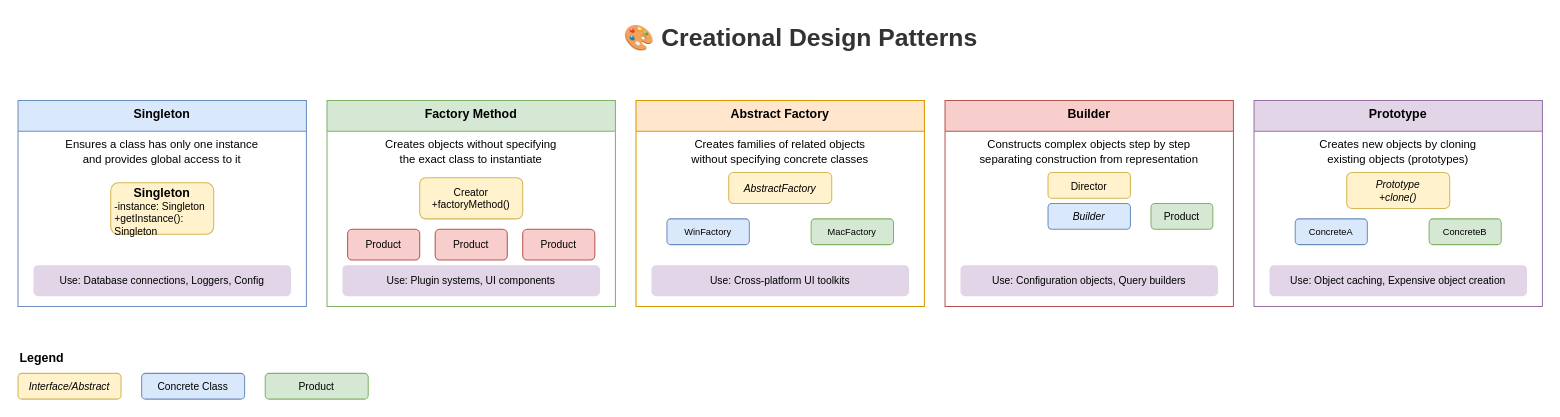
Before: lesson-01-software-design-architecture/diagrams/1.1-creational-patterns-overview.drawio in MrParkerZ7/document-lesson-software-architect-x-claude, a draw.io diagram. Source tidied: cells renumbered, new cells numbered last; positions are measured from the earlier drawing's top-left corner, leaving out a move shared by most shapes. Both pictures are drawn from the tidied source at 103%, with x=0, y=0 at pixel (18, 18).
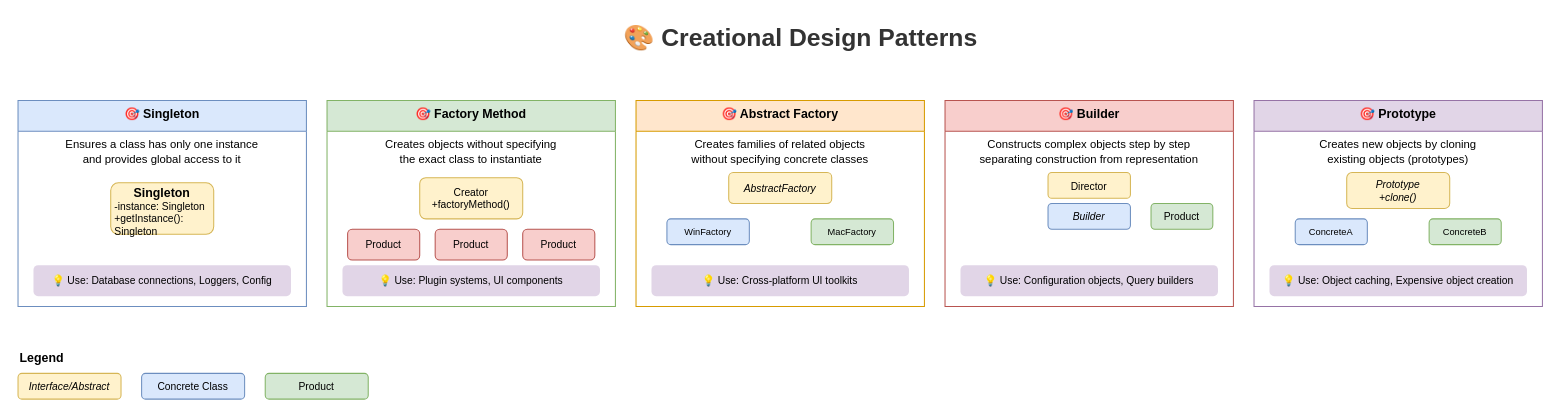
After the change.

Diff of the diagram source:
```diff
@@
-    <mxCell id="3" value="Singleton" style="swimlane;fontStyle=1;align=center;verticalAlign=top;horizontal=1;startSize=30;fillColor=#dae8fc;strokeColor=#6c8ebf;" parent="1" vertex="1">
+    <mxCell id="3" value="🎯 Singleton" style="swimlane;fontStyle=1;align=center;verticalAlign=top;horizontal=1;startSize=30;fillColor=#dae8fc;strokeColor=#6c8ebf;" parent="1" vertex="1">
       <mxGeometry y="80" width="280" height="200" as="geometry" />
     </mxCell>
@@
-    <mxCell id="8" value="Use: Database connections, Loggers, Config" style="text;html=1;strokeColor=none;fillColor=#e1d5e7;align=center;verticalAlign=middle;whiteSpace=wrap;rounded=1;fontSize=10;strokeWidth=1;" parent="3" vertex="1">
+    <mxCell id="8" value="💡 Use: Database connections, Loggers, Config" style="text;html=1;strokeColor=none;fillColor=#e1d5e7;align=center;verticalAlign=middle;whiteSpace=wrap;rounded=1;fontSize=10;strokeWidth=1;" parent="3" vertex="1">
       <mxGeometry x="15" y="160" width="250" height="30" as="geometry" />
     </mxCell>
-    <mxCell id="9" value="Factory Method" style="swimlane;fontStyle=1;align=center;verticalAlign=top;horizontal=1;startSize=30;fillColor=#d5e8d4;strokeColor=#82b366;" parent="1" vertex="1">
+    <mxCell id="9" value="🎯 Factory Method" style="swimlane;fontStyle=1;align=center;verticalAlign=top;horizontal=1;startSize=30;fillColor=#d5e8d4;strokeColor=#82b366;" parent="1" vertex="1">
       <mxGeometry x="300" y="80" width="280" height="200" as="geometry" />
     </mxCell>
@@
-    <mxCell id="15" value="Use: Plugin systems, UI components" style="text;html=1;strokeColor=none;fillColor=#e1d5e7;align=center;verticalAlign=middle;whiteSpace=wrap;rounded=1;fontSize=10;strokeWidth=1;" parent="9" vertex="1">
+    <mxCell id="15" value="💡 Use: Plugin systems, UI components" style="text;html=1;strokeColor=none;fillColor=#e1d5e7;align=center;verticalAlign=middle;whiteSpace=wrap;rounded=1;fontSize=10;strokeWidth=1;" parent="9" vertex="1">
       <mxGeometry x="15" y="160" width="250" height="30" as="geometry" />
     </mxCell>
-    <mxCell id="16" value="Abstract Factory" style="swimlane;fontStyle=1;align=center;verticalAlign=top;horizontal=1;startSize=30;fillColor=#ffe6cc;strokeColor=#d79b00;" parent="1" vertex="1">
+    <mxCell id="16" value="🎯 Abstract Factory" style="swimlane;fontStyle=1;align=center;verticalAlign=top;horizontal=1;startSize=30;fillColor=#ffe6cc;strokeColor=#d79b00;" parent="1" vertex="1">
       <mxGeometry x="600" y="80" width="280" height="200" as="geometry" />
     </mxCell>
@@
-    <mxCell id="21" value="Use: Cross-platform UI toolkits" style="text;html=1;strokeColor=none;fillColor=#e1d5e7;align=center;verticalAlign=middle;whiteSpace=wrap;rounded=1;fontSize=10;strokeWidth=1;" parent="16" vertex="1">
+    <mxCell id="21" value="💡 Use: Cross-platform UI toolkits" style="text;html=1;strokeColor=none;fillColor=#e1d5e7;align=center;verticalAlign=middle;whiteSpace=wrap;rounded=1;fontSize=10;strokeWidth=1;" parent="16" vertex="1">
       <mxGeometry x="15" y="160" width="250" height="30" as="geometry" />
     </mxCell>
-    <mxCell id="22" value="Builder" style="swimlane;fontStyle=1;align=center;verticalAlign=top;horizontal=1;startSize=30;fillColor=#f8cecc;strokeColor=#b85450;" parent="1" vertex="1">
+    <mxCell id="22" value="🎯 Builder" style="swimlane;fontStyle=1;align=center;verticalAlign=top;horizontal=1;startSize=30;fillColor=#f8cecc;strokeColor=#b85450;" parent="1" vertex="1">
       <mxGeometry x="900" y="80" width="280" height="200" as="geometry" />
     </mxCell>
@@
-    <mxCell id="27" value="Use: Configuration objects, Query builders" style="text;html=1;strokeColor=none;fillColor=#e1d5e7;align=center;verticalAlign=middle;whiteSpace=wrap;rounded=1;fontSize=10;strokeWidth=1;" parent="22" vertex="1">
+    <mxCell id="27" value="💡 Use: Configuration objects, Query builders" style="text;html=1;strokeColor=none;fillColor=#e1d5e7;align=center;verticalAlign=middle;whiteSpace=wrap;rounded=1;fontSize=10;strokeWidth=1;" parent="22" vertex="1">
       <mxGeometry x="15" y="160" width="250" height="30" as="geometry" />
     </mxCell>
-    <mxCell id="28" value="Prototype" style="swimlane;fontStyle=1;align=center;verticalAlign=top;horizontal=1;startSize=30;fillColor=#e1d5e7;strokeColor=#9673a6;" parent="1" vertex="1">
+    <mxCell id="28" value="🎯 Prototype" style="swimlane;fontStyle=1;align=center;verticalAlign=top;horizontal=1;startSize=30;fillColor=#e1d5e7;strokeColor=#9673a6;" parent="1" vertex="1">
       <mxGeometry x="1200" y="80" width="280" height="200" as="geometry" />
     </mxCell>
@@
-    <mxCell id="33" value="Use: Object caching, Expensive object creation" style="text;html=1;strokeColor=none;fillColor=#e1d5e7;align=center;verticalAlign=middle;whiteSpace=wrap;rounded=1;fontSize=10;strokeWidth=1;" parent="28" vertex="1">
+    <mxCell id="33" value="💡 Use: Object caching, Expensive object creation" style="text;html=1;strokeColor=none;fillColor=#e1d5e7;align=center;verticalAlign=middle;whiteSpace=wrap;rounded=1;fontSize=10;strokeWidth=1;" parent="28" vertex="1">
       <mxGeometry x="15" y="160" width="250" height="30" as="geometry" />
     </mxCell>
```
